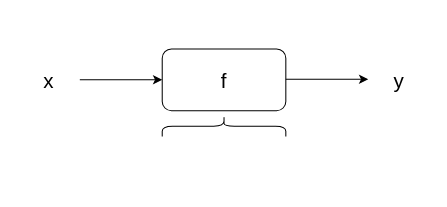
Earlier version of the draw.io diagram 未命名绘图.drawio (squack-dlh/c-_-). Source tidied: cells renumbered, new cells numbered last; positions are measured from the earlier drawing's top-left corner, leaving out a move shared by most shapes. Both pictures are drawn from the tidied source at 103%, with x=0, y=0 at pixel (18, 48).
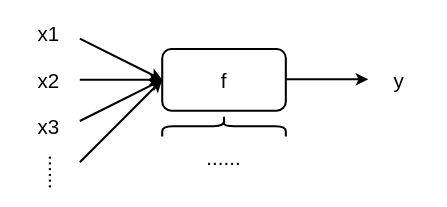
After the change.

Commit message (it also covers changes not shown here):
更新未命名绘图.drawio

What changed in the source:
```diff
@@
 <mxGraphModel>
   <root>
     <mxCell id="0" />
     <mxCell id="1" parent="0" />
-    <mxCell id="2" value="&lt;font style=&quot;font-size: 20px;&quot;&gt;f&lt;/font&gt;" style="rounded=1;whiteSpace=wrap;html=1;" parent="1" vertex="1">
+    <mxCell id="2" value="&lt;font style=&quot;font-size: 20px;&quot;&gt;f&lt;/font&gt;" style="rounded=1;whiteSpace=wrap;html=1;strokeWidth=2;" parent="1" vertex="1">
       <mxGeometry x="140" width="120" height="60" as="geometry" />
     </mxCell>
-    <mxCell id="3" style="endArrow=classic;html=1;rounded=0;entryX=0;entryY=0.5;entryDx=0;entryDy=0;" parent="1" edge="1" target="2">
+    <mxCell id="3" style="endArrow=classic;html=1;rounded=0;entryX=0;entryY=0.5;entryDx=0;entryDy=0;strokeWidth=2;" parent="1" edge="1" target="2">
       <mxGeometry relative="1" as="geometry">
         <mxPoint x="60" y="30" as="sourcePoint" />
       </mxGeometry>
     </mxCell>
-    <mxCell id="4" style="endArrow=classic;html=1;rounded=0;entryX=0;entryY=0.5;entryDx=0;entryDy=0;" parent="1" edge="1">
+    <mxCell id="4" style="endArrow=classic;html=1;rounded=0;entryX=0;entryY=0.5;entryDx=0;entryDy=0;strokeWidth=2;" parent="1" edge="1">
       <mxGeometry relative="1" as="geometry">
         <mxPoint x="260" y="29.5" as="sourcePoint" />
         <mxPoint x="340" y="29.5" as="targetPoint" />
       </mxGeometry>
     </mxCell>
-    <mxCell id="5" value="&lt;font style=&quot;font-size: 20px;&quot;&gt;x&lt;/font&gt;" style="text;html=1;align=center;verticalAlign=middle;whiteSpace=wrap;rounded=0;" parent="1" vertex="1">
+    <mxCell id="5" value="&lt;font style=&quot;font-size: 20px;&quot;&gt;x2&lt;/font&gt;" style="text;html=1;align=center;verticalAlign=middle;whiteSpace=wrap;rounded=0;" parent="1" vertex="1">
       <mxGeometry y="15" width="60" height="30" as="geometry" />
     </mxCell>
     <mxCell id="6" value="&lt;font style=&quot;font-size: 20px;&quot;&gt;y&lt;/font&gt;" style="text;html=1;align=center;verticalAlign=middle;whiteSpace=wrap;rounded=0;" parent="1" vertex="1">
       <mxGeometry x="340" y="15" width="60" height="30" as="geometry" />
     </mxCell>
-    <mxCell id="7" style="shape=curlyBracket;whiteSpace=wrap;html=1;rounded=1;flipH=1;labelPosition=right;verticalLabelPosition=middle;align=left;verticalAlign=middle;rotation=-90;" parent="1" vertex="1">
+    <mxCell id="7" style="shape=curlyBracket;whiteSpace=wrap;html=1;rounded=1;flipH=1;labelPosition=right;verticalLabelPosition=middle;align=left;verticalAlign=middle;rotation=-90;strokeWidth=2;perimeterSpacing=1;fillStyle=auto;" parent="1" vertex="1">
       <mxGeometry x="190" y="15" width="20" height="120" as="geometry" />
     </mxCell>
+    <mxCell id="8" value="&lt;font style=&quot;font-size: 20px;&quot;&gt;......&lt;/font&gt;" style="text;html=1;align=center;verticalAlign=middle;whiteSpace=wrap;rounded=0;" parent="1" vertex="1">
+      <mxGeometry x="170" y="90" width="60" height="30" as="geometry" />
+    </mxCell>
+    <mxCell id="9" style="endArrow=classic;html=1;rounded=0;entryX=0;entryY=0.5;entryDx=0;entryDy=0;strokeWidth=2;" parent="1" edge="1" target="2">
+      <mxGeometry relative="1" as="geometry">
+        <mxPoint x="60" y="70" as="sourcePoint" />
+      </mxGeometry>
+    </mxCell>
+    <mxCell id="10" style="endArrow=classic;html=1;rounded=0;entryX=0;entryY=0.5;entryDx=0;entryDy=0;strokeWidth=2;" parent="1" edge="1" target="2">
+      <mxGeometry relative="1" as="geometry">
+        <mxPoint x="60" y="-10" as="sourcePoint" />
+      </mxGeometry>
+    </mxCell>
+    <mxCell id="11" value="&lt;font style=&quot;font-size: 20px;&quot;&gt;x3&lt;/font&gt;" style="text;html=1;align=center;verticalAlign=middle;whiteSpace=wrap;rounded=0;" parent="1" vertex="1">
+      <mxGeometry y="60" width="60" height="30" as="geometry" />
+    </mxCell>
+    <mxCell id="12" value="&lt;font style=&quot;font-size: 20px;&quot;&gt;x1&lt;/font&gt;" style="text;html=1;align=center;verticalAlign=middle;whiteSpace=wrap;rounded=0;" parent="1" vertex="1">
+      <mxGeometry y="-30" width="60" height="30" as="geometry" />
+    </mxCell>
+    <mxCell id="13" value="&lt;font style=&quot;font-size: 20px;&quot;&gt;......&lt;/font&gt;" style="text;html=1;align=center;verticalAlign=middle;whiteSpace=wrap;rounded=0;horizontal=0;" parent="1" vertex="1">
+      <mxGeometry x="10" y="105" width="30" height="30" as="geometry" />
+    </mxCell>
+    <mxCell id="14" style="endArrow=classic;html=1;rounded=0;entryX=0;entryY=0.5;entryDx=0;entryDy=0;strokeWidth=2;" parent="1" edge="1" target="2">
+      <mxGeometry relative="1" as="geometry">
+        <mxPoint x="60" y="110" as="sourcePoint" />
+      </mxGeometry>
+    </mxCell>
   </root>
 </mxGraphModel>
```
